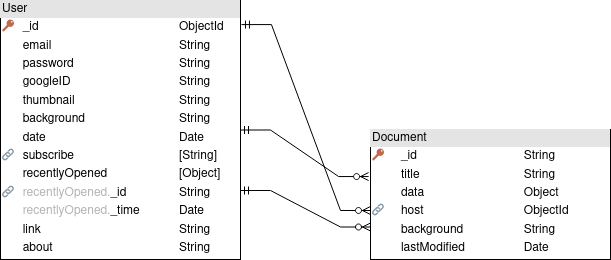
Earlier version of the draw.io export DB schema.png (jenniehuang/Co-Edit). Source tidied: cells renumbered, new cells last; positions are measured from the earlier drawing's top-left corner, leaving out a move shared by most shapes.
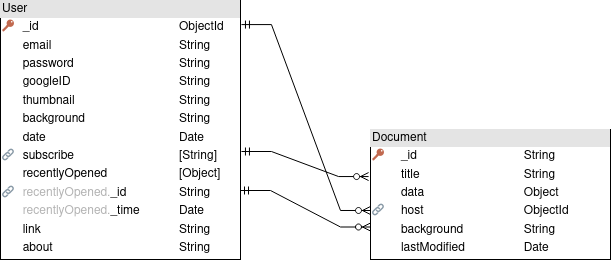
After the commit.

Commit message:
change Nav, UserCard UI. update readme and DB ERD.

Diff of the diagram source:
```diff
@@ -11,7 +11,7 @@
     <mxCell id="4" style="edgeStyle=entityRelationEdgeStyle;fontSize=12;html=1;endArrow=ERzeroToMany;endFill=1;startArrow=ERmandOne;rounded=0;entryX=0;entryY=0.623;entryDx=0;entryDy=0;exitX=1.004;exitY=0.093;exitDx=0;exitDy=0;exitPerimeter=0;startFill=0;entryPerimeter=0;" parent="1" edge="1" source="2" target="3">
       <mxGeometry relative="1" as="geometry" />
     </mxCell>
-    <mxCell id="5" style="edgeStyle=entityRelationEdgeStyle;fontSize=12;html=1;endArrow=ERzeroToMany;endFill=1;startArrow=ERmandOne;rounded=0;entryX=-0.008;entryY=0.362;entryDx=0;entryDy=0;exitX=1;exitY=0.5;exitDx=0;exitDy=0;startFill=0;entryPerimeter=0;" parent="1" edge="1" source="2" target="3">
+    <mxCell id="5" style="edgeStyle=entityRelationEdgeStyle;fontSize=12;html=1;endArrow=ERzeroToMany;endFill=1;startArrow=ERmandOne;rounded=0;entryX=-0.008;entryY=0.362;entryDx=0;entryDy=0;exitX=1.004;exitY=0.583;exitDx=0;exitDy=0;startFill=0;entryPerimeter=0;exitPerimeter=0;" parent="1" edge="1" source="2" target="3">
       <mxGeometry relative="1" as="geometry" />
     </mxCell>
     <mxCell id="6" style="edgeStyle=entityRelationEdgeStyle;fontSize=12;html=1;endArrow=ERzeroToMany;endFill=1;startArrow=ERmandOne;rounded=0;entryX=0;entryY=0.75;entryDx=0;entryDy=0;exitX=1;exitY=0.5;exitDx=0;exitDy=0;startFill=0;" parent="1" edge="1" target="3">
```
